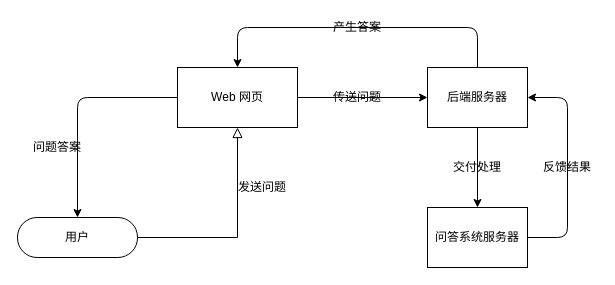
Earlier version of the draw.io diagram page "Page-1" (1 of 2) of 毕设.drawio (xiqisz/KGQA_HLM). Source tidied: cells renumbered, new cells numbered last; positions are measured from the earlier drawing's top-left corner, leaving out a move shared by most shapes. Both pictures are drawn from the tidied source at 100%, with x=0, y=0 at pixel (17, 17).
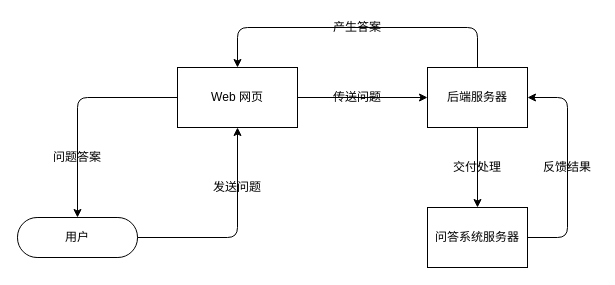
After the change.

The change refers to these unchanged cells:
```xml
<mxCell id="3" value="用户" style="rounded=1;whiteSpace=wrap;html=1;fontSize=12;glass=0;strokeWidth=1;shadow=0;arcSize=49;" parent="1" vertex="1">
  <mxGeometry y="200" width="120" height="40" as="geometry" />
</mxCell>
<mxCell id="6" value="Web 网页" style="rounded=0;whiteSpace=wrap;html=1;sketch=0;" parent="1" vertex="1">
  <mxGeometry x="160" y="50" width="120" height="60" as="geometry" />
</mxCell>
```

The edit, as a diff of the source:
```diff
@@
-    <mxCell id="2" style="rounded=0;html=1;jettySize=auto;fontSize=11;endArrow=block;endFill=0;endSize=8;strokeWidth=1;shadow=0;labelBackgroundColor=none;edgeStyle=orthogonalEdgeStyle;" parent="1" edge="1" source="3">
-      <mxGeometry relative="1" as="geometry">
-        <mxPoint x="220" y="110" as="targetPoint" />
-        <Array as="points">
-          <mxPoint x="220" y="220" />
-          <mxPoint x="220" y="110" />
-        </Array>
-      </mxGeometry>
-    </mxCell>
+    <mxCell id="18" style="edgeStyle=orthogonalEdgeStyle;curved=0;rounded=1;sketch=0;jettySize=auto;html=1;entryX=0.5;entryY=1;entryDx=0;entryDy=0;" parent="1" edge="1" source="3" target="6">
+      <mxGeometry relative="1" as="geometry" />
+    </mxCell>
@@
     <mxCell id="7" value="发送问题" style="text;html=1;strokeColor=none;fillColor=none;align=center;verticalAlign=middle;whiteSpace=wrap;rounded=0;sketch=0;" parent="1" vertex="1">
-      <mxGeometry x="220" y="160" width="50" height="20" as="geometry" />
+      <mxGeometry x="195" y="160" width="50" height="20" as="geometry" />
     </mxCell>
     <mxCell id="8" value="问题答案" style="text;html=1;strokeColor=none;fillColor=none;align=center;verticalAlign=middle;whiteSpace=wrap;rounded=0;sketch=0;" parent="1" vertex="1">
-      <mxGeometry x="10" y="120" width="60" height="20" as="geometry" />
+      <mxGeometry x="30" y="130" width="60" height="20" as="geometry" />
     </mxCell>
```
